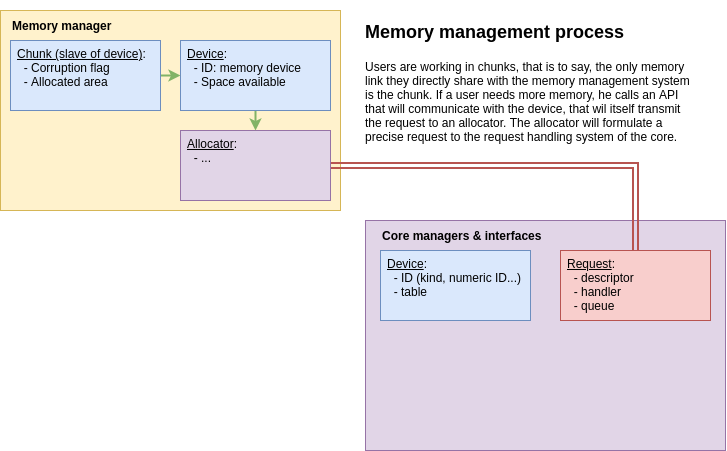
DaimyoHub/virtual-machine-proto keeps this draw.io diagram as docs/vm_architecture.png. Above is the earlier version. Source tidied: cells renumbered, new cells last; positions are measured from the earlier drawing's top-left corner, leaving out a move shared by most shapes. Source of this version:
```xml
<mxGraphModel>
  <root>
    <mxCell id="0" />
    <mxCell id="1" parent="0" />
    <mxCell id="2" style="rounded=0;whiteSpace=wrap;html=1;fillColor=#e1d5e7;strokeColor=#9673a6;" parent="1" vertex="1">
      <mxGeometry x="365" y="210" width="360" height="230" as="geometry" />
    </mxCell>
    <mxCell id="3" value="&lt;u&gt;Device&lt;/u&gt;:&lt;br&gt;&lt;span&gt;&amp;nbsp; - ID (kind, numeric ID...)&lt;/span&gt;&lt;br&gt;&lt;span&gt;&amp;nbsp; - table&lt;/span&gt;" style="rounded=0;whiteSpace=wrap;html=1;fillColor=#dae8fc;align=left;verticalAlign=top;spacingLeft=5;strokeColor=#6c8ebf;" parent="1" vertex="1">
      <mxGeometry x="380" y="240" width="150" height="70" as="geometry" />
    </mxCell>
    <mxCell id="4" value="&lt;u&gt;Request&lt;/u&gt;:&lt;br&gt;&lt;span&gt;&amp;nbsp; - descriptor&lt;/span&gt;&lt;br&gt;&lt;span&gt;&amp;nbsp; - handler&lt;br&gt;&amp;nbsp; - queue&lt;br&gt;&lt;/span&gt;" style="rounded=0;whiteSpace=wrap;html=1;fillColor=#f8cecc;align=left;verticalAlign=top;spacingLeft=5;strokeColor=#b85450;" parent="1" vertex="1">
      <mxGeometry x="560" y="240" width="150" height="70" as="geometry" />
    </mxCell>
    <mxCell id="5" value="&lt;b&gt;Core managers &amp;amp; interfaces&lt;/b&gt;" style="text;html=1;strokeColor=none;fillColor=none;align=left;verticalAlign=middle;whiteSpace=wrap;rounded=0;" parent="1" vertex="1">
      <mxGeometry x="380" y="210" width="180" height="30" as="geometry" />
    </mxCell>
    <mxCell id="6" style="rounded=0;whiteSpace=wrap;html=1;fillColor=#fff2cc;strokeColor=#d6b656;" parent="1" vertex="1">
      <mxGeometry width="340" height="200" as="geometry" />
    </mxCell>
    <mxCell id="7" value="&lt;b&gt;Memory manager&lt;/b&gt;" style="text;html=1;strokeColor=none;fillColor=none;align=left;verticalAlign=middle;whiteSpace=wrap;rounded=0;" parent="1" vertex="1">
      <mxGeometry x="10" width="140" height="30" as="geometry" />
    </mxCell>
    <mxCell id="8" style="edgeStyle=orthogonalEdgeStyle;rounded=0;jettySize=auto;html=1;exitX=1;exitY=0.5;exitDx=0;exitDy=0;strokeWidth=2;shape=link;strokeColor=#b85450;fillColor=#f8cecc;entryX=0.5;entryY=0;entryDx=0;entryDy=0;" parent="1" edge="1" source="9" target="4">
      <mxGeometry relative="1" as="geometry">
        <Array as="points">
          <mxPoint x="635" y="155" />
        </Array>
      </mxGeometry>
    </mxCell>
    <mxCell id="9" value="&lt;u&gt;Allocator&lt;/u&gt;:&lt;br&gt;&amp;nbsp; - ..." style="rounded=0;whiteSpace=wrap;html=1;fillColor=#e1d5e7;align=left;verticalAlign=top;spacingLeft=5;strokeColor=#9673a6;" parent="1" vertex="1">
      <mxGeometry x="180" y="120" width="150" height="70" as="geometry" />
    </mxCell>
    <mxCell id="10" style="edgeStyle=orthogonalEdgeStyle;rounded=0;jettySize=auto;html=1;exitX=0.5;exitY=1;exitDx=0;exitDy=0;entryX=0.5;entryY=0;entryDx=0;entryDy=0;strokeColor=#82b366;strokeWidth=2;fillColor=#d5e8d4;" parent="1" edge="1" source="11" target="9">
      <mxGeometry relative="1" as="geometry" />
    </mxCell>
    <mxCell id="11" value="&lt;u&gt;Device&lt;/u&gt;:&lt;br&gt;&amp;nbsp; - ID: memory device&lt;br&gt;&amp;nbsp; - Space available" style="rounded=0;whiteSpace=wrap;html=1;fillColor=#dae8fc;align=left;verticalAlign=top;spacingLeft=5;strokeColor=#6c8ebf;" parent="1" vertex="1">
      <mxGeometry x="180" y="30" width="150" height="70" as="geometry" />
    </mxCell>
    <mxCell id="12" style="edgeStyle=orthogonalEdgeStyle;rounded=0;jettySize=auto;html=1;exitX=1;exitY=0.5;exitDx=0;exitDy=0;entryX=0;entryY=0.5;entryDx=0;entryDy=0;strokeColor=#82b366;strokeWidth=2;fillColor=#d5e8d4;" parent="1" edge="1" source="13" target="11">
      <mxGeometry relative="1" as="geometry" />
    </mxCell>
    <mxCell id="13" value="&lt;u&gt;Chunk (slave of device)&lt;/u&gt;:&lt;br&gt;&amp;nbsp; - Corruption flag&lt;br&gt;&amp;nbsp; - Allocated area" style="rounded=0;whiteSpace=wrap;html=1;fillColor=#dae8fc;align=left;verticalAlign=top;spacingLeft=5;strokeColor=#6c8ebf;" parent="1" vertex="1">
      <mxGeometry x="10" y="30" width="150" height="70" as="geometry" />
    </mxCell>
    <mxCell id="14" value="&lt;h1&gt;&lt;font style=&quot;font-size: 18px&quot;&gt;Memory management process&lt;/font&gt;&lt;/h1&gt;&lt;p&gt;Users are working in chunks, that is to say, the only memory link they directly share with the memory management system is the chunk. If a user needs more memory, he calls an API that will communicate with the device, that wil itself transmit the request to an allocator. The allocator will formulate a precise request to the request handling system of the core.&lt;/p&gt;" style="text;html=1;strokeColor=none;fillColor=none;spacing=5;spacingTop=-20;whiteSpace=wrap;overflow=hidden;rounded=0;" parent="1" vertex="1">
      <mxGeometry x="360" width="340" height="140" as="geometry" />
    </mxCell>
  </root>
</mxGraphModel>
```
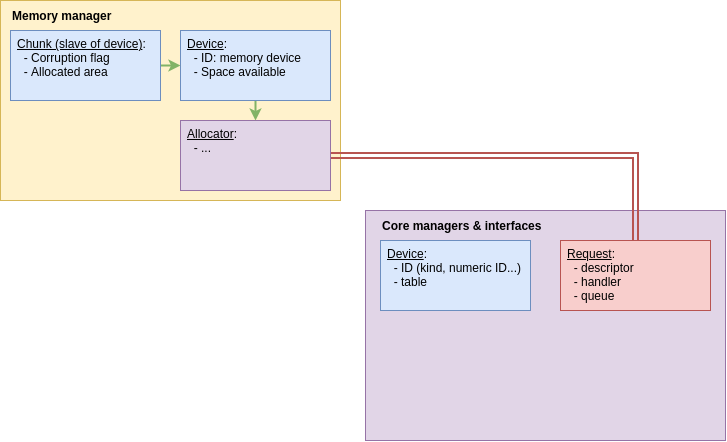
Above is the later version.

Commit message:
Docs: Improve VM pattern.

Change to the diagram source:
```diff
@@ -1,4 +1,4 @@
-<mxGraphModel>
+<mxGraphModel background="#FFFFFF">
   <root>
     <mxCell id="0" />
     <mxCell id="1" parent="0" />
@@ -42,8 +42,5 @@
     <mxCell id="13" value="&lt;u&gt;Chunk (slave of device)&lt;/u&gt;:&lt;br&gt;&amp;nbsp; - Corruption flag&lt;br&gt;&amp;nbsp; - Allocated area" style="rounded=0;whiteSpace=wrap;html=1;fillColor=#dae8fc;align=left;verticalAlign=top;spacingLeft=5;strokeColor=#6c8ebf;" parent="1" vertex="1">
       <mxGeometry x="10" y="30" width="150" height="70" as="geometry" />
     </mxCell>
-    <mxCell id="14" value="&lt;h1&gt;&lt;font style=&quot;font-size: 18px&quot;&gt;Memory management process&lt;/font&gt;&lt;/h1&gt;&lt;p&gt;Users are working in chunks, that is to say, the only memory link they directly share with the memory management system is the chunk. If a user needs more memory, he calls an API that will communicate with the device, that wil itself transmit the request to an allocator. The allocator will formulate a precise request to the request handling system of the core.&lt;/p&gt;" style="text;html=1;strokeColor=none;fillColor=none;spacing=5;spacingTop=-20;whiteSpace=wrap;overflow=hidden;rounded=0;" parent="1" vertex="1">
-      <mxGeometry x="360" width="340" height="140" as="geometry" />
-    </mxCell>
   </root>
 </mxGraphModel>
```
